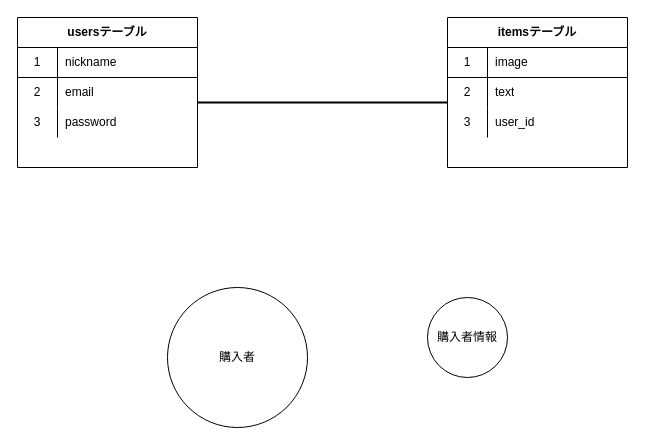
The draw.io diagram Untitled Diagram.drawio in TF1130/furima_28324, before the edit. Source tidied: cells renumbered, new cells numbered last; positions are measured from the earlier drawing's top-left corner, leaving out a move shared by most shapes. Both pictures are drawn from the tidied source at 100%, with x=0, y=0 at pixel (17, 17).
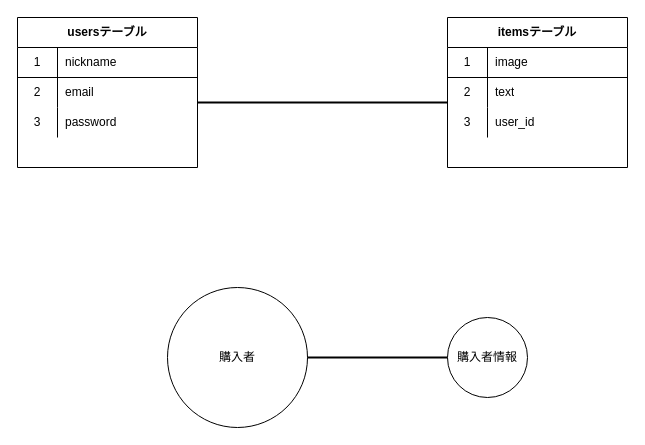
Above is the later version.

Change to the diagram source:
```diff
@@
     <mxCell id="23" value="購入者情報" style="ellipse;whiteSpace=wrap;html=1;" parent="1" vertex="1">
-      <mxGeometry x="410" y="280" width="80" height="80" as="geometry" />
+      <mxGeometry x="430" y="300" width="80" height="80" as="geometry" />
     </mxCell>
@@
+    <mxCell id="25" style="line;strokeWidth=2;html=1;gradientColor=#ffffff;" parent="1" vertex="1">
+      <mxGeometry x="290" y="335" width="140" height="10" as="geometry" />
+    </mxCell>
```
